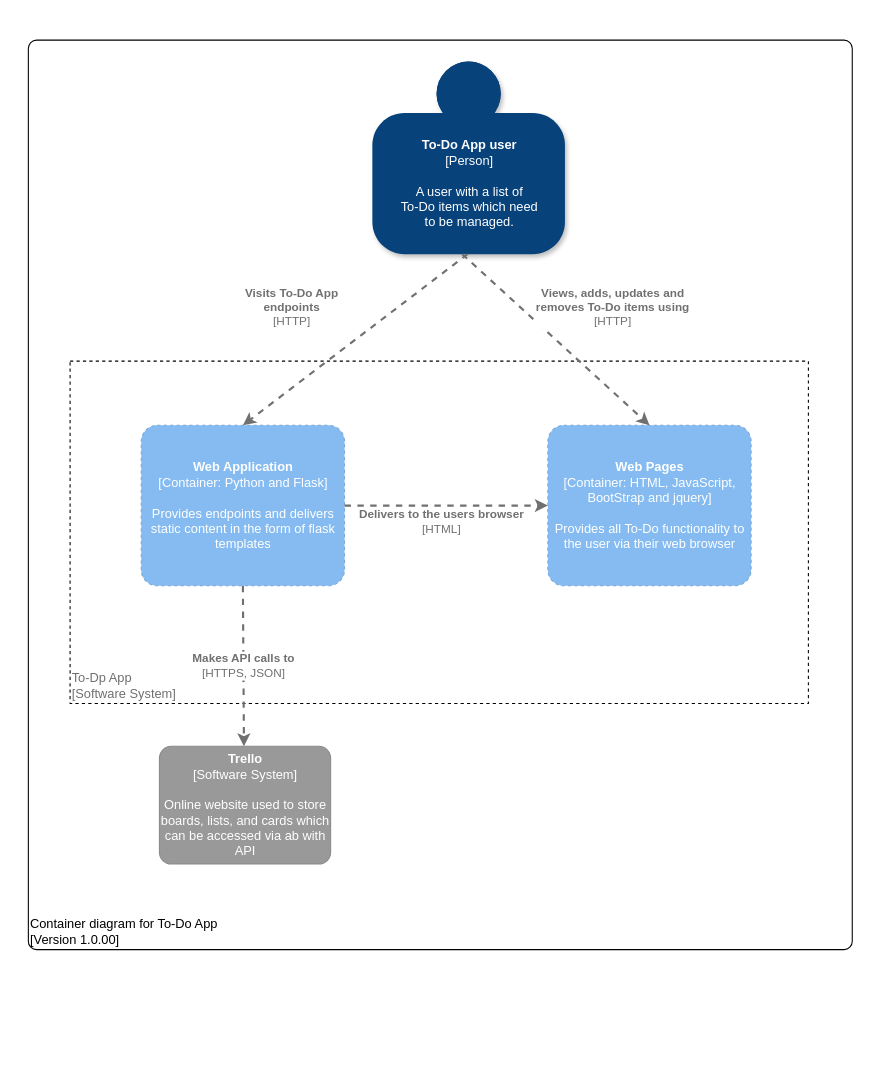
The draw.io diagram page "Container diagram" (2 of 4) of docs/c4model.drawio in pcoulso1/DevOps-Course-Starter, before the edit. Source tidied: cells renumbered, new cells numbered last; positions are measured from the earlier drawing's top-left corner, leaving out a move shared by most shapes. Both pictures are drawn from the tidied source at 107%, with x=0, y=0 at pixel (28, 40).
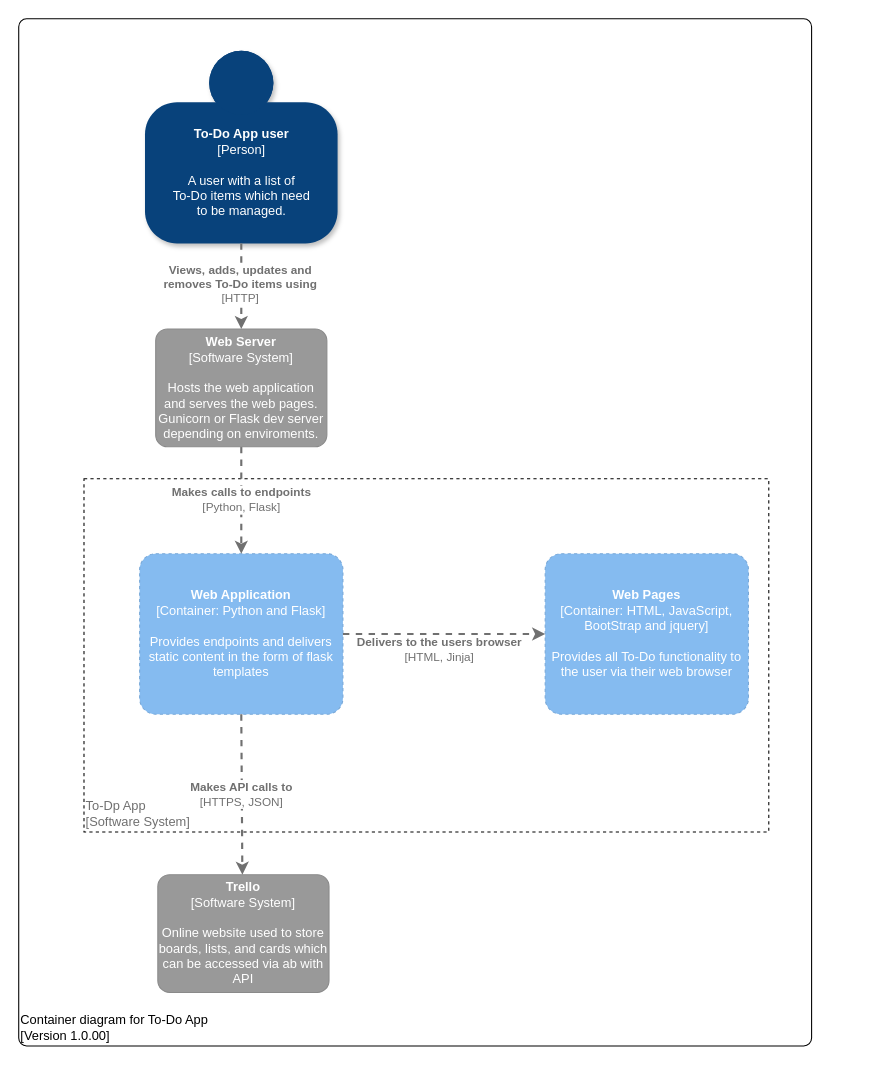
After the change.

Commit message (it also covers changes not shown here):
Updates to include web server

What changed in the source:
```diff
@@
     <object id="2" label="&lt;div style=&quot;text-align: left&quot;&gt;%c4Name%&lt;/div&gt;&lt;div style=&quot;text-align: left&quot;&gt;[%c4Application%]&lt;/div&gt;" c4Application="Version 1.0.00" c4Name="Container diagram for To-Do App" placeholders="1">
       <mxCell style="rounded=1;whiteSpace=wrap;html=1;labelBackgroundColor=none;fillColor=#ffffff;fontColor=#000000;align=left;arcSize=1;strokeColor=#000000;verticalAlign=bottom;metaData={&quot;c4Type&quot;:{&quot;editable&quot;:false}};fontStyle=0;" parent="1" vertex="1">
-        <mxGeometry width="770" height="850" as="geometry" />
+        <mxGeometry x="-9" y="-20" width="741" height="960" as="geometry" />
       </mxCell>
     </object>
     <mxCell id="3" value="To-Dp App&lt;br&gt;&lt;div style=&quot;&quot;&gt;&lt;span&gt;[Software System]&lt;/span&gt;&lt;/div&gt;" style="whiteSpace=wrap;html=1;rounded=0;shadow=0;fontColor=#707070;fillColor=none;dashed=1;align=left;verticalAlign=bottom;" parent="1" vertex="1">
-      <mxGeometry x="39" y="300" width="690" height="320" as="geometry" />
+      <mxGeometry x="52" y="410" width="640" height="330" as="geometry" />
     </mxCell>
     <object id="4" label="&lt;b&gt;%c4Name%&lt;/b&gt;&lt;div&gt;[%c4Type%]&lt;/div&gt;&lt;br&gt;&lt;div&gt;%c4Description%&lt;/div&gt;" c4Description="A user with a list of&#10;To-Do items which need&#10;to be managed." c4Name="To-Do App user" c4Type="Person" placeholders="1">
       <mxCell style="html=1;dashed=0;whitespace=wrap;fillColor=#08427b;strokeColor=none;fontColor=#ffffff;shape=mxgraph.c4.person;align=center;points=[[0.5,0,0],[1,0.5,0],[1,0.75,0],[0.75,1,0],[0.5,1,0],[0.25,1,0],[0,0.75,0],[0,0.5,0]];metaData={&quot;c4Type&quot;:{&quot;editable&quot;:false}};shadow=1;" parent="1" vertex="1">
-        <mxGeometry x="321.5" y="20" width="180" height="180" as="geometry" />
+        <mxGeometry x="109" y="10" width="180" height="180" as="geometry" />
       </mxCell>
     </object>
     <object id="5" label="&lt;b&gt;%c4Name%&lt;/b&gt;&lt;div&gt;[%c4Type%]&lt;/div&gt;&lt;br&gt;&lt;div&gt;%c4Description%&lt;/div&gt;" c4Description="Online website used to store boards, lists, and cards which can be accessed via ab with API" c4Name="Trello" c4Type="Software System" placeholders="1">
       <mxCell style="rounded=1;whiteSpace=wrap;html=1;labelBackgroundColor=none;fillColor=#999999;fontColor=#ffffff;align=center;arcSize=10;strokeColor=#8A8A8A;metaData={&quot;c4Type&quot;:{&quot;editable&quot;:false}};" parent="1" vertex="1">
-        <mxGeometry x="122.5" y="660" width="160" height="110" as="geometry" />
+        <mxGeometry x="121" y="780" width="160" height="110" as="geometry" />
       </mxCell>
     </object>
     <object id="6" label="&lt;b&gt;%c4Name%&lt;/b&gt;&lt;div&gt;[%c4Type%: %c4Technology%]&lt;/div&gt;&lt;br&gt;&lt;div&gt;%c4Description%&lt;/div&gt;" c4Description="Provides endpoints and delivers static content in the form of flask templates" c4Name="Web Application" c4Technology="Python and Flask" c4Type="Container" placeholders="1">
       <mxCell style="rounded=1;whiteSpace=wrap;html=1;labelBackgroundColor=none;fillColor=#85BBF0;fontColor=#ffffff;align=center;arcSize=10;strokeColor=#78A8D8;metaData={&quot;c4Type&quot;:{&quot;editable&quot;:false}};points=[[0.25,0,0],[0.5,0,0],[0.75,0,0],[1,0.25,0],[1,0.5,0],[1,0.75,0],[0.75,1,0],[0.5,1,0],[0.25,1,0],[0,0.75,0],[0,0.5,0],[0,0.25,0]];shadow=0;dashed=1;" parent="1" vertex="1">
-        <mxGeometry x="105.5" y="360" width="190" height="150" as="geometry" />
+        <mxGeometry x="104" y="480" width="190" height="150" as="geometry" />
       </mxCell>
     </object>
     <object id="7" label="&lt;b&gt;%c4Name%&lt;/b&gt;&lt;div&gt;[%c4Type%: %c4Technology%]&lt;/div&gt;&lt;br&gt;&lt;div&gt;%c4Description%&lt;/div&gt;" c4Description="Provides all To-Do functionality to the user via their web browser " c4Name="Web Pages" c4Technology="HTML, JavaScript, BootStrap and jquery" c4Type="Container" placeholders="1">
       <mxCell style="rounded=1;whiteSpace=wrap;html=1;labelBackgroundColor=none;fillColor=#85BBF0;fontColor=#ffffff;align=center;arcSize=10;strokeColor=#78A8D8;metaData={&quot;c4Type&quot;:{&quot;editable&quot;:false}};points=[[0.25,0,0],[0.5,0,0],[0.75,0,0],[1,0.25,0],[1,0.5,0],[1,0.75,0],[0.75,1,0],[0.5,1,0],[0.25,1,0],[0,0.75,0],[0,0.5,0],[0,0.25,0]];shadow=0;dashed=1;" parent="1" vertex="1">
-        <mxGeometry x="485.5" y="360" width="190" height="150" as="geometry" />
+        <mxGeometry x="483" y="480" width="190" height="150" as="geometry" />
       </mxCell>
     </object>
     <object id="8" label="&lt;div style=&quot;text-align: left&quot;&gt;&lt;div style=&quot;text-align: center&quot;&gt;&lt;b&gt;%c4Description%&lt;/b&gt;&lt;/div&gt;&lt;div style=&quot;text-align: center&quot;&gt;[%c4Technology%]&lt;/div&gt;&lt;/div&gt;" c4Description="Makes API calls to" c4Technology="HTTPS, JSON" placeholders="1">
       <mxCell style="edgeStyle=none;rounded=0;html=1;entryX=0.5;entryY=0;jettySize=auto;strokeColor=#707070;strokeWidth=2;fontColor=#707070;jumpStyle=none;dashed=1;metaData={&quot;c4Type&quot;:{&quot;editable&quot;:false}};entryDx=0;entryDy=0;entryPerimeter=0;exitX=0.5;exitY=1;exitDx=0;exitDy=0;exitPerimeter=0;" parent="1" edge="1" source="6">
         <mxGeometry relative="1" as="geometry">
-          <mxPoint x="201.5" y="660" as="targetPoint" />
+          <mxPoint x="200" y="780" as="targetPoint" />
         </mxGeometry>
       </mxCell>
     </object>
-    <object id="9" label="&lt;div style=&quot;text-align: left&quot;&gt;&lt;div style=&quot;text-align: center&quot;&gt;&lt;b&gt;%c4Description%&lt;/b&gt;&lt;/div&gt;&lt;div style=&quot;text-align: center&quot;&gt;[%c4Technology%]&lt;/div&gt;&lt;/div&gt;" c4Description="Visits To-Do App&#10;endpoints" c4Technology="HTTP" placeholders="1">
-      <mxCell style="edgeStyle=none;rounded=0;html=1;entryX=0.5;entryY=0;jettySize=auto;strokeColor=#707070;strokeWidth=2;fontColor=#707070;jumpStyle=none;dashed=1;metaData={&quot;c4Type&quot;:{&quot;editable&quot;:false}};exitX=0.5;exitY=1;exitDx=0;exitDy=0;exitPerimeter=0;entryDx=0;entryDy=0;entryPerimeter=0;" parent="1" edge="1" target="6">
-        <mxGeometry x="0.22" y="-60" relative="1" as="geometry">
-          <mxPoint x="410.5" y="200" as="sourcePoint" />
-        </mxGeometry>
-      </mxCell>
-    </object>
-    <object id="10" label="&lt;div style=&quot;text-align: left&quot;&gt;&lt;div style=&quot;text-align: center&quot;&gt;&lt;b&gt;%c4Description%&lt;/b&gt;&lt;/div&gt;&lt;div style=&quot;text-align: center&quot;&gt;[%c4Technology%]&lt;/div&gt;&lt;/div&gt;" c4Description="Delivers to the users browser" c4Technology="HTML" placeholders="1">
+    <object id="10" label="&lt;div style=&quot;text-align: left&quot;&gt;&lt;div style=&quot;text-align: center&quot;&gt;&lt;b&gt;%c4Description%&lt;/b&gt;&lt;/div&gt;&lt;div style=&quot;text-align: center&quot;&gt;[%c4Technology%]&lt;/div&gt;&lt;/div&gt;" c4Description="Delivers to the users browser" c4Technology="HTML, Jinja" placeholders="1">
       <mxCell style="edgeStyle=none;rounded=0;html=1;jettySize=auto;strokeColor=#707070;strokeWidth=2;fontColor=#707070;jumpStyle=none;dashed=1;metaData={&quot;c4Type&quot;:{&quot;editable&quot;:false}};exitX=1;exitY=0.5;exitDx=0;exitDy=0;exitPerimeter=0;" parent="1" edge="1" source="6" target="7">
         <mxGeometry x="-0.05" y="-15" relative="1" as="geometry" />
       </mxCell>
     </object>
     <object id="11" label="&lt;div style=&quot;text-align: left&quot;&gt;&lt;div style=&quot;text-align: center&quot;&gt;&lt;b&gt;%c4Description%&lt;/b&gt;&lt;/div&gt;&lt;div style=&quot;text-align: center&quot;&gt;[%c4Technology%]&lt;/div&gt;&lt;/div&gt;" c4Description="Views, adds, updates and &#10;removes To-Do items using" c4Technology="HTTP" placeholders="1">
-      <mxCell style="edgeStyle=none;rounded=0;html=1;jettySize=auto;strokeColor=#707070;strokeWidth=2;fontColor=#707070;jumpStyle=none;dashed=1;metaData={&quot;c4Type&quot;:{&quot;editable&quot;:false}};entryX=0.5;entryY=0;entryDx=0;entryDy=0;entryPerimeter=0;" parent="1" edge="1" target="7">
-        <mxGeometry x="0.16" y="58" relative="1" as="geometry">
-          <mxPoint x="405.5" y="200" as="sourcePoint" />
-        </mxGeometry>
+      <mxCell style="edgeStyle=none;rounded=0;html=1;jettySize=auto;strokeColor=#707070;strokeWidth=2;fontColor=#707070;jumpStyle=none;dashed=1;metaData={&quot;c4Type&quot;:{&quot;editable&quot;:false}};entryX=0.5;entryY=0;entryDx=0;entryDy=0;entryPerimeter=0;exitX=0.5;exitY=1;exitDx=0;exitDy=0;exitPerimeter=0;" parent="1" edge="1" source="4" target="14">
+        <mxGeometry x="-0.06" y="-1" relative="1" as="geometry" />
       </mxCell>
     </object>
     <mxCell id="12" style="edgeStyle=none;rounded=0;orthogonalLoop=1;jettySize=auto;html=1;exitX=1;exitY=0.5;exitDx=0;exitDy=0;exitPerimeter=0;dashed=1;strokeColor=#707070;strokeWidth=2;fontColor=#707070;" parent="1" edge="1">
       <mxGeometry relative="1" as="geometry">
-        <mxPoint x="768" y="455" as="sourcePoint" />
-        <mxPoint x="768" y="455" as="targetPoint" />
+        <mxPoint x="766.5" y="575" as="sourcePoint" />
+        <mxPoint x="766.5" y="575" as="targetPoint" />
       </mxGeometry>
     </mxCell>
+    <object id="13" label="&lt;div style=&quot;text-align: left&quot;&gt;&lt;div style=&quot;text-align: center&quot;&gt;&lt;b&gt;%c4Description%&lt;/b&gt;&lt;/div&gt;&lt;div style=&quot;text-align: center&quot;&gt;[%c4Technology%]&lt;/div&gt;&lt;/div&gt;" c4Description="Makes calls to endpoints" c4Technology="Python, Flask" placeholders="1">
+      <mxCell style="edgeStyle=none;rounded=0;html=1;jettySize=auto;strokeColor=#707070;strokeWidth=2;fontColor=#707070;jumpStyle=none;dashed=1;metaData={&quot;c4Type&quot;:{&quot;editable&quot;:false}};exitX=0.5;exitY=1;exitDx=0;exitDy=0;exitPerimeter=0;" parent="1" edge="1" source="14" target="6">
+        <mxGeometry relative="1" as="geometry" />
+      </mxCell>
+    </object>
+    <object id="14" label="&lt;b&gt;%c4Name%&lt;/b&gt;&lt;div&gt;[%c4Type%]&lt;/div&gt;&lt;br&gt;&lt;div&gt;%c4Description%&lt;/div&gt;" c4Description="Hosts the web application and serves the web pages. &#10; Gunicorn or Flask dev server depending on enviroments." c4Name="Web Server" c4Type="Software System" placeholders="1">
+      <mxCell style="rounded=1;whiteSpace=wrap;html=1;labelBackgroundColor=none;fillColor=#999999;fontColor=#ffffff;align=center;arcSize=10;strokeColor=#8A8A8A;metaData={&quot;c4Type&quot;:{&quot;editable&quot;:false}};points=[[0.25,0,0],[0.5,0,0],[0.75,0,0],[1,0.25,0],[1,0.5,0],[1,0.75,0],[0.75,1,0],[0.5,1,0],[0.25,1,0],[0,0.75,0],[0,0.5,0],[0,0.25,0]];" parent="1" vertex="1">
+        <mxGeometry x="119" y="270" width="160" height="110" as="geometry" />
+      </mxCell>
+    </object>
```
